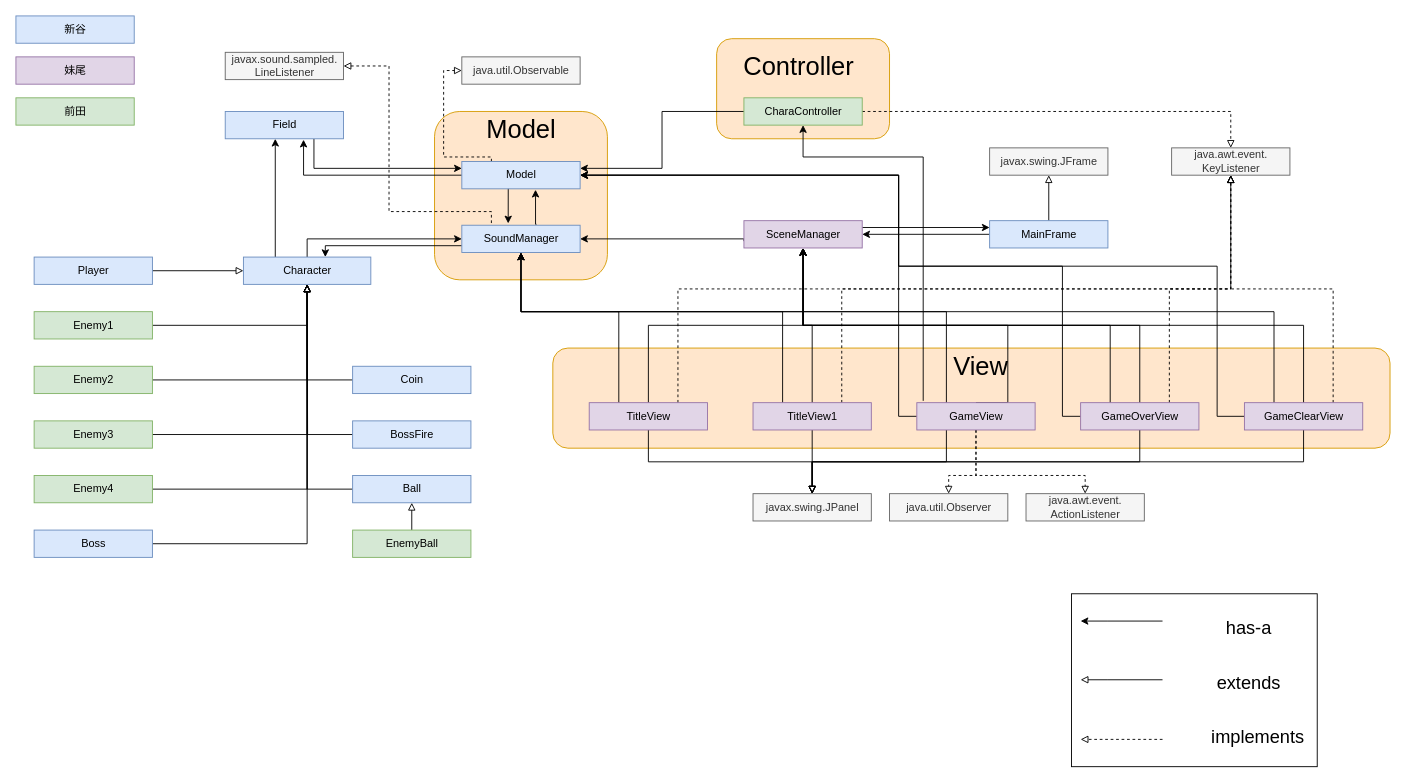
ddaiki5/MediaPrograming keeps this draw.io diagram as uml.drawio. Above is the earlier version. Source tidied: cells renumbered, new cells numbered last; positions are measured from the earlier drawing's top-left corner, leaving out a move shared by most shapes. Both pictures are drawn from the tidied source at 91%, with x=0, y=0 at pixel (15, 15).
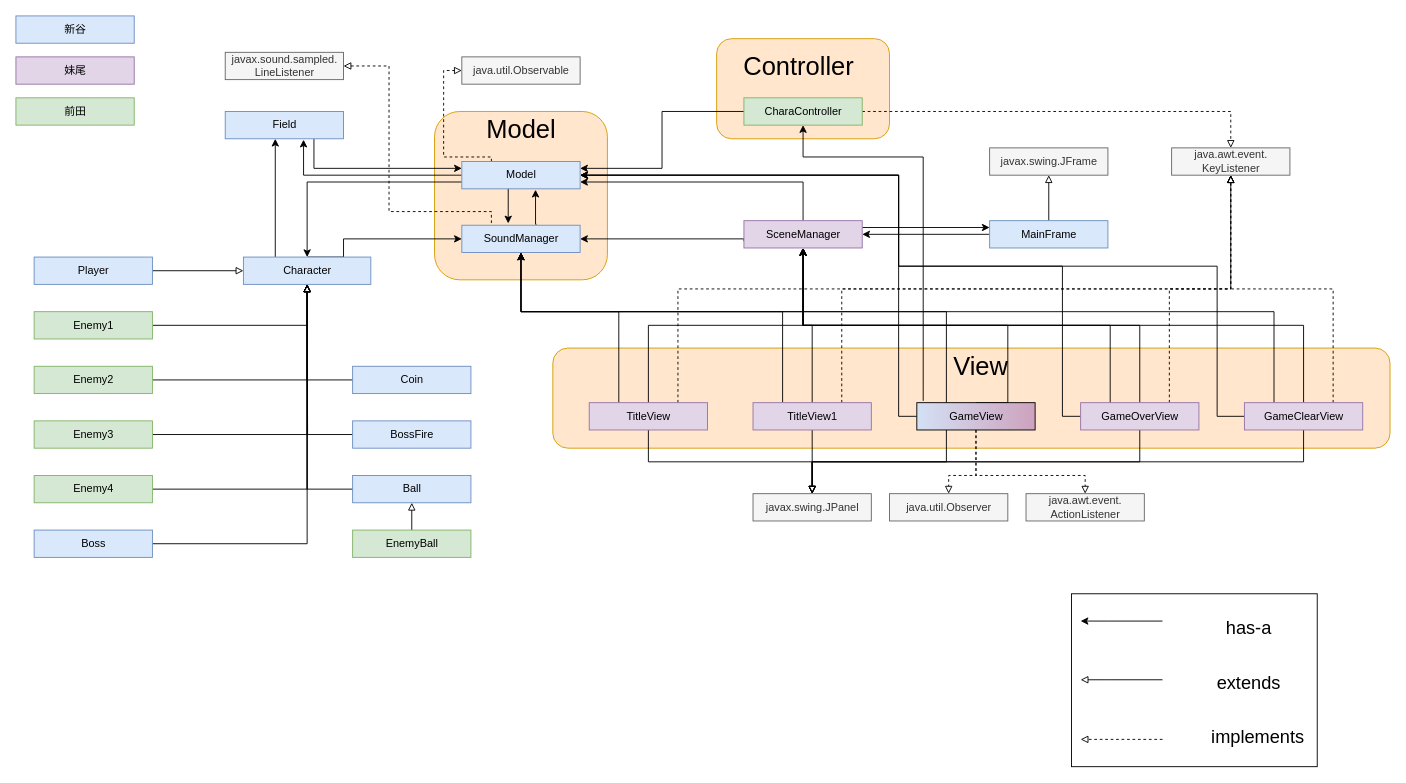
After the change.

The change refers to these unchanged cells:
```xml
<mxCell id="10" value="Character" style="html=1;fillColor=#dae8fc;strokeColor=#6c8ebf;" parent="1" vertex="1">
  <mxGeometry x="250" y="265" width="140" height="30" as="geometry" />
</mxCell>
<mxCell id="33" value="Model" style="html=1;fillColor=#dae8fc;strokeColor=#6c8ebf;" parent="1" vertex="1">
  <mxGeometry x="490" y="160" width="130" height="30" as="geometry" />
</mxCell>
<mxCell id="65" value="SceneManager" style="html=1;fillColor=#e1d5e7;strokeColor=#9673a6;" parent="1" vertex="1">
  <mxGeometry x="800" y="225" width="130" height="30" as="geometry" />
</mxCell>
<mxCell id="72" value="SoundManager" style="html=1;fillColor=#dae8fc;strokeColor=#6c8ebf;" parent="1" vertex="1">
  <mxGeometry x="490" y="230" width="130" height="30" as="geometry" />
</mxCell>
```

Diff of the diagram source:
```diff
@@
     <mxCell id="8" style="edgeStyle=orthogonalEdgeStyle;rounded=0;jettySize=auto;html=1;exitX=0.5;exitY=0;exitDx=0;exitDy=0;entryX=0;entryY=0.5;entryDx=0;entryDy=0;fontSize=28;" parent="1" edge="1" source="10" target="72">
-      <mxGeometry relative="1" as="geometry" />
+      <mxGeometry relative="1" as="geometry">
+        <Array as="points">
+          <mxPoint x="360" y="265" />
+          <mxPoint x="360" y="245" />
+        </Array>
+      </mxGeometry>
     </mxCell>
@@
+    <mxCell id="97" style="edgeStyle=orthogonalEdgeStyle;rounded=0;jettySize=auto;html=1;exitX=0;exitY=0.75;exitDx=0;exitDy=0;entryX=0.5;entryY=0;entryDx=0;entryDy=0;" parent="1" edge="1" source="33" target="10">
+      <mxGeometry relative="1" as="geometry" />
+    </mxCell>
@@
-    <mxCell id="41" value="GameView" style="html=1;fillColor=#e1d5e7;strokeColor=#9673a6;" parent="1" vertex="1">
+    <mxCell id="41" value="GameView" style="html=1;gradientDirection=east;fillColor=#D4E1F5;gradientColor=#CDA2BE;rounded=0;" parent="1" vertex="1">
       <mxGeometry x="990" y="425" width="130" height="30" as="geometry" />
     </mxCell>
@@
+    <mxCell id="98" style="edgeStyle=orthogonalEdgeStyle;rounded=0;jettySize=auto;html=1;exitX=0.5;exitY=0;exitDx=0;exitDy=0;entryX=1;entryY=0.75;entryDx=0;entryDy=0;" parent="1" edge="1" source="65" target="33">
+      <mxGeometry relative="1" as="geometry" />
+    </mxCell>
@@
-    <mxCell id="70" style="edgeStyle=orthogonalEdgeStyle;rounded=0;jettySize=auto;html=1;exitX=0;exitY=0.75;exitDx=0;exitDy=0;fontSize=28;" parent="1" edge="1" source="72">
-      <mxGeometry relative="1" as="geometry">
-        <mxPoint x="340" y="265" as="targetPoint" />
-        <Array as="points">
-          <mxPoint x="340" y="253" />
-        </Array>
-      </mxGeometry>
-    </mxCell>
@@
+    <mxCell id="99" style="edgeStyle=orthogonalEdgeStyle;rounded=0;jettySize=auto;html=1;entryX=0.75;entryY=0;entryDx=0;entryDy=0;" parent="1" edge="1" target="10">
+      <mxGeometry relative="1" as="geometry">
+        <mxPoint x="355" y="265" as="sourcePoint" />
+      </mxGeometry>
+    </mxCell>
```
